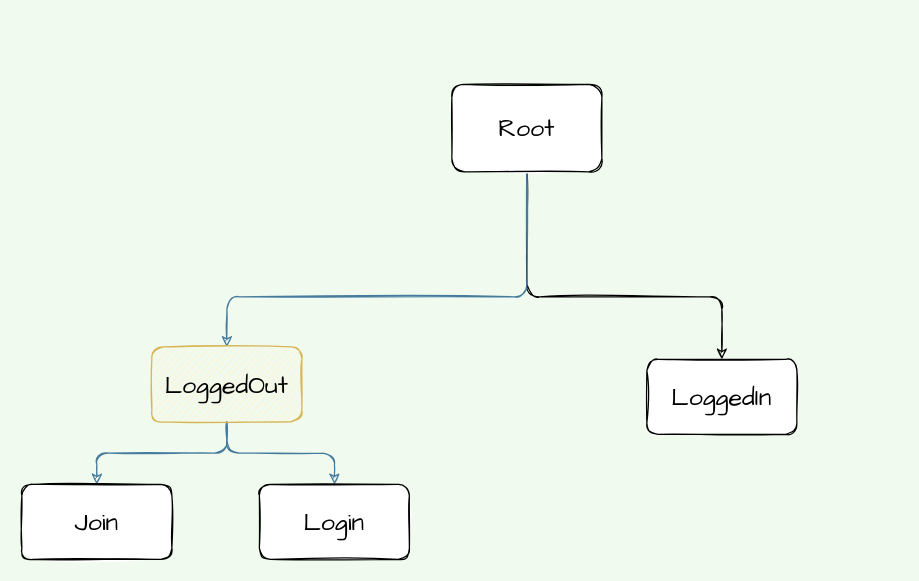
Above: CardGame Diagram.drawio in kjaylee/memo (draw.io), before the change. Source tidied: cells renumbered, new cells numbered last; positions are measured from the earlier drawing's top-left corner, leaving out a move shared by most shapes. Both pictures are drawn from the tidied source at 125%, with x=0, y=0 at pixel (21, 84).
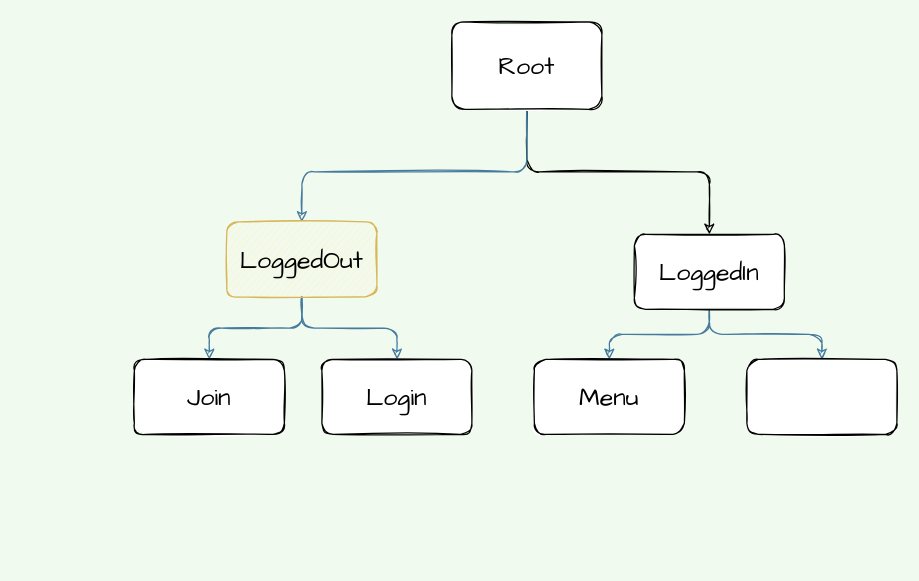
The same page after the edit.

The edit, as a diff of the source:
```diff
@@
 <mxGraphModel background="#F1FAEE">
   <root>
     <mxCell id="0" />
     <mxCell id="1" parent="0" />
     <mxCell id="2" style="edgeStyle=orthogonalEdgeStyle;rounded=1;sketch=1;jettySize=auto;html=1;fontColor=#1D3557;fontFamily=Comic Sans MS;fontSize=20;" parent="1" edge="1" source="4" target="8">
       <mxGeometry relative="1" as="geometry">
         <Array as="points">
-          <mxPoint x="404" y="170" />
+          <mxPoint x="404" y="70" />
         </Array>
       </mxGeometry>
     </mxCell>
     <mxCell id="3" style="edgeStyle=orthogonalEdgeStyle;rounded=1;sketch=1;jettySize=auto;html=1;strokeColor=#457B9D;fillColor=#A8DADC;fontColor=#1D3557;fontFamily=Comic Sans MS;fontSize=20;" parent="1" edge="1" source="4" target="7">
       <mxGeometry relative="1" as="geometry">
         <Array as="points">
-          <mxPoint x="404" y="170" />
-          <mxPoint x="164" y="170" />
+          <mxPoint x="404" y="70" />
+          <mxPoint x="224" y="70" />
         </Array>
       </mxGeometry>
     </mxCell>
     <mxCell id="4" value="&lt;font style=&quot;font-size: 20px;&quot;&gt;Root&lt;/font&gt;" style="whiteSpace=wrap;html=1;rounded=1;sketch=1;fontFamily=Comic Sans MS;fontSize=20;" parent="1" vertex="1">
-      <mxGeometry x="344" width="120" height="70" as="geometry" />
+      <mxGeometry x="344" y="-50" width="120" height="70" as="geometry" />
     </mxCell>
     <mxCell id="5" style="edgeStyle=orthogonalEdgeStyle;rounded=1;sketch=1;jettySize=auto;html=1;strokeColor=#457B9D;fillColor=#A8DADC;fontFamily=Comic Sans MS;fontSize=20;fontColor=#1D3557;" parent="1" edge="1" source="7" target="9">
       <mxGeometry relative="1" as="geometry" />
     </mxCell>
     <mxCell id="6" style="edgeStyle=orthogonalEdgeStyle;rounded=1;sketch=1;jettySize=auto;html=1;strokeColor=#457B9D;fillColor=#A8DADC;fontFamily=Comic Sans MS;fontSize=20;fontColor=#1D3557;" parent="1" edge="1" source="7" target="10">
       <mxGeometry relative="1" as="geometry" />
     </mxCell>
     <mxCell id="7" value="LoggedOut" style="whiteSpace=wrap;html=1;rounded=1;sketch=1;fontFamily=Comic Sans MS;fontSize=20;fillColor=#fff2cc;strokeColor=#d6b656;" parent="1" vertex="1">
-      <mxGeometry x="104" y="210" width="120" height="60" as="geometry" />
+      <mxGeometry x="164" y="110" width="120" height="60" as="geometry" />
     </mxCell>
+    <mxCell id="11" style="edgeStyle=orthogonalEdgeStyle;rounded=1;sketch=1;jettySize=auto;html=1;strokeColor=#457B9D;fillColor=#A8DADC;fontFamily=Comic Sans MS;fontSize=20;fontColor=#1D3557;" parent="1" edge="1" source="8" target="13">
+      <mxGeometry relative="1" as="geometry" />
+    </mxCell>
+    <mxCell id="12" style="edgeStyle=orthogonalEdgeStyle;rounded=1;sketch=1;jettySize=auto;html=1;strokeColor=#457B9D;fillColor=#A8DADC;fontFamily=Comic Sans MS;fontSize=20;fontColor=#1D3557;" parent="1" edge="1" source="8" target="14">
+      <mxGeometry relative="1" as="geometry" />
+    </mxCell>
     <mxCell id="8" value="LoggedIn" style="whiteSpace=wrap;html=1;rounded=1;sketch=1;fontFamily=Comic Sans MS;fontSize=20;" parent="1" vertex="1">
-      <mxGeometry x="500" y="220" width="120" height="60" as="geometry" />
+      <mxGeometry x="490" y="120" width="120" height="60" as="geometry" />
     </mxCell>
     <mxCell id="9" value="Join" style="whiteSpace=wrap;html=1;rounded=1;fontFamily=Comic Sans MS;fontSize=20;sketch=1;" parent="1" vertex="1">
-      <mxGeometry y="320" width="120" height="60" as="geometry" />
+      <mxGeometry x="90" y="220" width="120" height="60" as="geometry" />
     </mxCell>
     <mxCell id="10" value="Login" style="whiteSpace=wrap;html=1;rounded=1;fontFamily=Comic Sans MS;fontSize=20;sketch=1;" parent="1" vertex="1">
-      <mxGeometry x="190" y="320" width="120" height="60" as="geometry" />
+      <mxGeometry x="240" y="220" width="120" height="60" as="geometry" />
     </mxCell>
+    <mxCell id="13" value="Menu" style="whiteSpace=wrap;html=1;rounded=1;fontFamily=Comic Sans MS;fontSize=20;sketch=1;" parent="1" vertex="1">
+      <mxGeometry x="410" y="220" width="120" height="60" as="geometry" />
+    </mxCell>
+    <mxCell id="14" style="whiteSpace=wrap;html=1;rounded=1;fontFamily=Comic Sans MS;fontSize=20;sketch=1;" parent="1" vertex="1">
+      <mxGeometry x="580" y="220" width="120" height="60" as="geometry" />
+    </mxCell>
   </root>
 </mxGraphModel>
```
